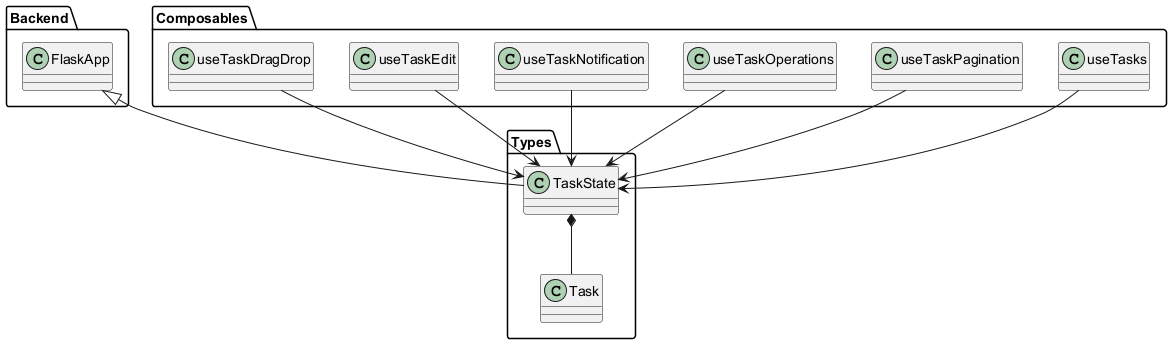
Takayuki-Suda/nuxt-todo-app-document keeps this PlantUML diagram as docs/images/OverallSimplifiedDiagram.png. Above is the earlier version. Its diagram source:
```plantuml
@startuml
package "Backend" {
  class FlaskApp
}

package "Types" {
  class TaskState
  class Task
  TaskState *-- Task
}

package "Composables" {
  class useTasks
  class useTaskPagination
  class useTaskOperations
  class useTaskNotification
  class useTaskEdit
  class useTaskDragDrop
}

FlaskApp <|-- TaskState
useTasks --> TaskState
useTaskPagination --> TaskState
useTaskOperations --> TaskState
useTaskNotification --> TaskState
useTaskEdit --> TaskState
useTaskDragDrop --> TaskState
@enduml
```
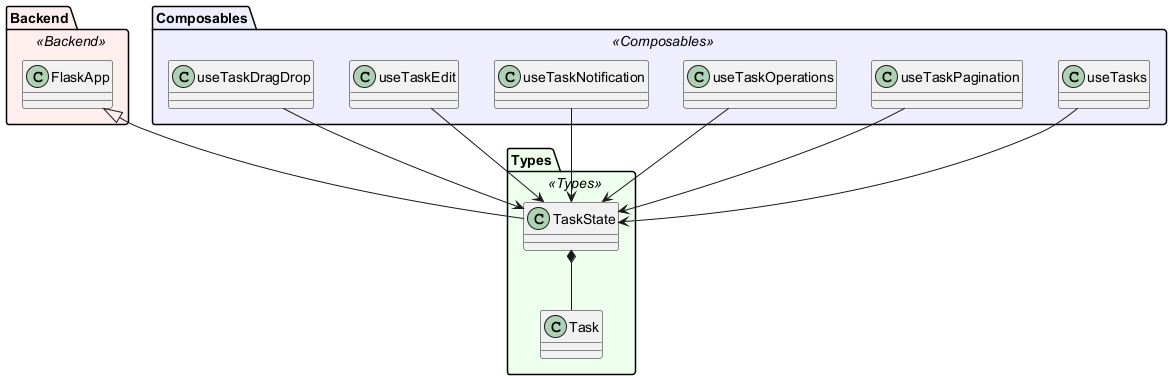
The same file after the commit.

What changed in the source:
```diff
@@ -1,15 +1,21 @@
 @startuml
-package "Backend" {
+skinparam package {
+  BackgroundColor<<Backend>> #FFEEEE
+  BackgroundColor<<Types>> #EEFFEE
+  BackgroundColor<<Composables>> #EEEEFF
+}
+
+package "Backend" <<Backend>> {
   class FlaskApp
 }
 
-package "Types" {
+package "Types" <<Types>> {
   class TaskState
   class Task
   TaskState *-- Task
 }
 
-package "Composables" {
+package "Composables" <<Composables>> {
   class useTasks
   class useTaskPagination
   class useTaskOperations
```
